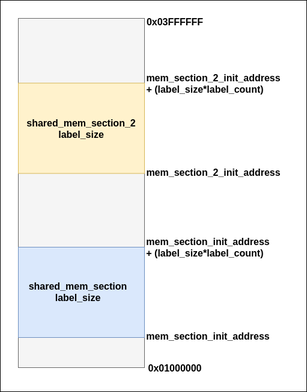
Before: screenshots/shared_mem_model.png, a diagram exported from draw.io (RTFParallella/RTFParallella.doc). Source tidied: cells renumbered, new cells last; positions are measured from the earlier drawing's top-left corner, leaving out a move shared by most shapes. The source it was exported from:
```xml
<mxGraphModel>
  <root>
    <mxCell id="0" />
    <mxCell id="1" parent="0" />
    <mxCell id="2" style="rounded=0;whiteSpace=wrap;html=1;" parent="1" vertex="1">
      <mxGeometry width="510" height="650" as="geometry" />
    </mxCell>
    <mxCell id="3" style="whiteSpace=wrap;html=1;fillColor=#f5f5f5;strokeColor=#666666;fontColor=#333333;" parent="1" vertex="1">
      <mxGeometry x="30" y="30" width="210" height="580" as="geometry" />
    </mxCell>
    <mxCell id="4" style="rounded=0;whiteSpace=wrap;html=1;fillColor=#dae8fc;strokeColor=#6c8ebf;" parent="1" vertex="1">
      <mxGeometry x="30" y="410" width="210" height="150" as="geometry" />
    </mxCell>
    <mxCell id="5" value="&lt;span style=&quot;font-family: sans-serif ; font-size: 16px ; text-align: justify ; background-color: rgb(255 , 255 , 255)&quot;&gt;0x01000000&lt;/span&gt;" style="text;html=1;strokeColor=none;fillColor=none;align=center;verticalAlign=middle;whiteSpace=wrap;rounded=0;fontStyle=1;" parent="1" vertex="1">
      <mxGeometry x="220" y="575" width="140" height="70" as="geometry" />
    </mxCell>
    <mxCell id="6" value="&lt;span style=&quot;font-family: sans-serif ; font-size: 16px ; text-align: justify ; background-color: rgb(255 , 255 , 255)&quot;&gt;0x03FFFFFF&lt;/span&gt;" style="text;html=1;strokeColor=none;fillColor=none;align=center;verticalAlign=middle;whiteSpace=wrap;rounded=0;fontStyle=1;" parent="1" vertex="1">
      <mxGeometry x="220" width="140" height="70" as="geometry" />
    </mxCell>
    <mxCell id="7" value="&lt;font style=&quot;font-size: 16px&quot;&gt;shared_mem_section&lt;br&gt;label_size&lt;/font&gt;" style="text;html=1;strokeColor=none;fillColor=none;align=center;verticalAlign=middle;whiteSpace=wrap;rounded=0;fontStyle=1;" parent="1" vertex="1">
      <mxGeometry x="59.5" y="447" width="138" height="73" as="geometry" />
    </mxCell>
    <mxCell id="8" value="&lt;div style=&quot;text-align: justify&quot;&gt;&lt;font face=&quot;sans-serif&quot;&gt;&lt;span style=&quot;font-size: 16px ; background-color: rgb(255 , 255 , 255)&quot;&gt;mem_section_init_address&lt;/span&gt;&lt;/font&gt;&lt;/div&gt;" style="text;html=1;strokeColor=none;fillColor=none;align=center;verticalAlign=middle;whiteSpace=wrap;rounded=0;fontStyle=1;" parent="1" vertex="1">
      <mxGeometry x="201" y="520" width="290" height="75" as="geometry" />
    </mxCell>
    <mxCell id="9" value="&lt;div style=&quot;text-align: justify&quot;&gt;&lt;font face=&quot;sans-serif&quot;&gt;&lt;span style=&quot;font-size: 16px ; background-color: rgb(255 , 255 , 255)&quot;&gt;mem_section_init_address&lt;/span&gt;&lt;/font&gt;&lt;/div&gt;&lt;div style=&quot;text-align: justify&quot;&gt;&lt;font face=&quot;sans-serif&quot;&gt;&lt;span style=&quot;font-size: 16px ; background-color: rgb(255 , 255 , 255)&quot;&gt;+ (label_size*label_count)&lt;/span&gt;&lt;/font&gt;&lt;/div&gt;" style="text;html=1;strokeColor=none;fillColor=none;align=center;verticalAlign=middle;whiteSpace=wrap;rounded=0;fontStyle=1;" parent="1" vertex="1">
      <mxGeometry x="201" y="372.5" width="290" height="75" as="geometry" />
    </mxCell>
    <mxCell id="10" style="rounded=0;whiteSpace=wrap;html=1;fillColor=#fff2cc;strokeColor=#d6b656;" parent="1" vertex="1">
      <mxGeometry x="30" y="137.5" width="210" height="150" as="geometry" />
    </mxCell>
    <mxCell id="11" value="&lt;font style=&quot;font-size: 16px&quot;&gt;shared_mem_section_2&lt;br&gt;label_size&lt;/font&gt;" style="text;html=1;strokeColor=none;fillColor=none;align=center;verticalAlign=middle;whiteSpace=wrap;rounded=0;fontStyle=1;" parent="1" vertex="1">
      <mxGeometry x="72.5" y="185" width="125" height="55" as="geometry" />
    </mxCell>
    <mxCell id="12" value="&lt;div style=&quot;text-align: justify&quot;&gt;&lt;font face=&quot;sans-serif&quot;&gt;&lt;span style=&quot;font-size: 16px ; background-color: rgb(255 , 255 , 255)&quot;&gt;mem_section_2_init_address&lt;/span&gt;&lt;/font&gt;&lt;/div&gt;" style="text;html=1;strokeColor=none;fillColor=none;align=center;verticalAlign=middle;whiteSpace=wrap;rounded=0;fontStyle=1;" parent="1" vertex="1">
      <mxGeometry x="210" y="247.5" width="290" height="75" as="geometry" />
    </mxCell>
    <mxCell id="13" value="&lt;div style=&quot;text-align: justify&quot;&gt;&lt;font face=&quot;sans-serif&quot;&gt;&lt;span style=&quot;font-size: 16px ; background-color: rgb(255 , 255 , 255)&quot;&gt;mem_section_2_init_address&lt;/span&gt;&lt;/font&gt;&lt;/div&gt;&lt;div style=&quot;text-align: justify&quot;&gt;&lt;font face=&quot;sans-serif&quot;&gt;&lt;span style=&quot;font-size: 16px ; background-color: rgb(255 , 255 , 255)&quot;&gt;+ (label_size*label_count)&lt;/span&gt;&lt;/font&gt;&lt;/div&gt;" style="text;html=1;strokeColor=none;fillColor=none;align=center;verticalAlign=middle;whiteSpace=wrap;rounded=0;fontStyle=1;" parent="1" vertex="1">
      <mxGeometry x="210" y="100" width="290" height="75" as="geometry" />
    </mxCell>
  </root>
</mxGraphModel>
```
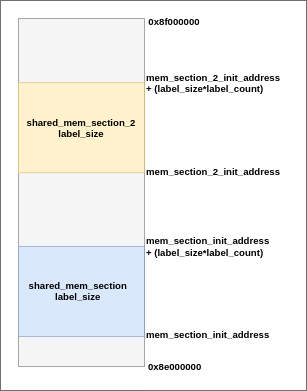
The same file after the commit.

Commit message:
updated shared memory access documentation

Diff of the diagram source:
```diff
@@ -11,10 +11,10 @@
     <mxCell id="4" style="rounded=0;whiteSpace=wrap;html=1;fillColor=#dae8fc;strokeColor=#6c8ebf;" parent="1" vertex="1">
       <mxGeometry x="30" y="410" width="210" height="150" as="geometry" />
     </mxCell>
-    <mxCell id="5" value="&lt;span style=&quot;font-family: sans-serif ; font-size: 16px ; text-align: justify ; background-color: rgb(255 , 255 , 255)&quot;&gt;0x01000000&lt;/span&gt;" style="text;html=1;strokeColor=none;fillColor=none;align=center;verticalAlign=middle;whiteSpace=wrap;rounded=0;fontStyle=1;" parent="1" vertex="1">
+    <mxCell id="5" value="&lt;div style=&quot;text-align: justify&quot;&gt;&lt;span style=&quot;font-size: 16px&quot;&gt;&lt;font face=&quot;sans-serif&quot;&gt;0x8e000000&lt;/font&gt;&lt;/span&gt;&lt;/div&gt;" style="text;html=1;strokeColor=none;fillColor=none;align=center;verticalAlign=middle;whiteSpace=wrap;rounded=0;fontStyle=1;" parent="1" vertex="1">
       <mxGeometry x="220" y="575" width="140" height="70" as="geometry" />
     </mxCell>
-    <mxCell id="6" value="&lt;span style=&quot;font-family: sans-serif ; font-size: 16px ; text-align: justify ; background-color: rgb(255 , 255 , 255)&quot;&gt;0x03FFFFFF&lt;/span&gt;" style="text;html=1;strokeColor=none;fillColor=none;align=center;verticalAlign=middle;whiteSpace=wrap;rounded=0;fontStyle=1;" parent="1" vertex="1">
+    <mxCell id="6" value="&lt;div style=&quot;text-align: justify&quot;&gt;&lt;span style=&quot;font-size: 16px&quot;&gt;&lt;font face=&quot;sans-serif&quot;&gt;0x8f000000&lt;/font&gt;&lt;/span&gt;&lt;/div&gt;" style="text;html=1;strokeColor=none;fillColor=none;align=center;verticalAlign=middle;whiteSpace=wrap;rounded=0;fontStyle=1;" parent="1" vertex="1">
       <mxGeometry x="220" width="140" height="70" as="geometry" />
     </mxCell>
     <mxCell id="7" value="&lt;font style=&quot;font-size: 16px&quot;&gt;shared_mem_section&lt;br&gt;label_size&lt;/font&gt;" style="text;html=1;strokeColor=none;fillColor=none;align=center;verticalAlign=middle;whiteSpace=wrap;rounded=0;fontStyle=1;" parent="1" vertex="1">
```
